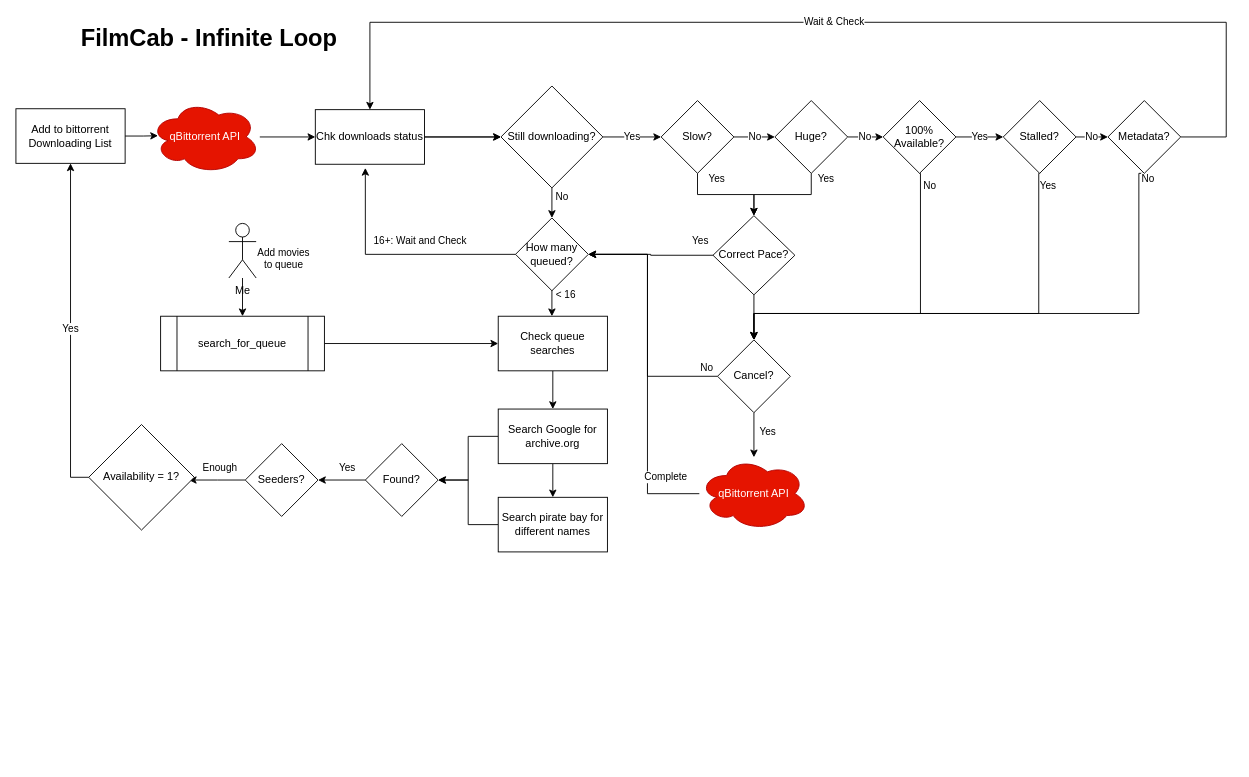
The draw.io diagram page "Constant" (1 of 5) of simplified/doc/filmcab daily batch processes.drawio in jeffshumphreys/filmcab, before the edit. Source tidied: cells renumbered, new cells numbered last; positions are measured from the earlier drawing's top-left corner, leaving out a move shared by most shapes. Both pictures are drawn from the tidied source at 91%, with x=0, y=0 at pixel (15, 22).
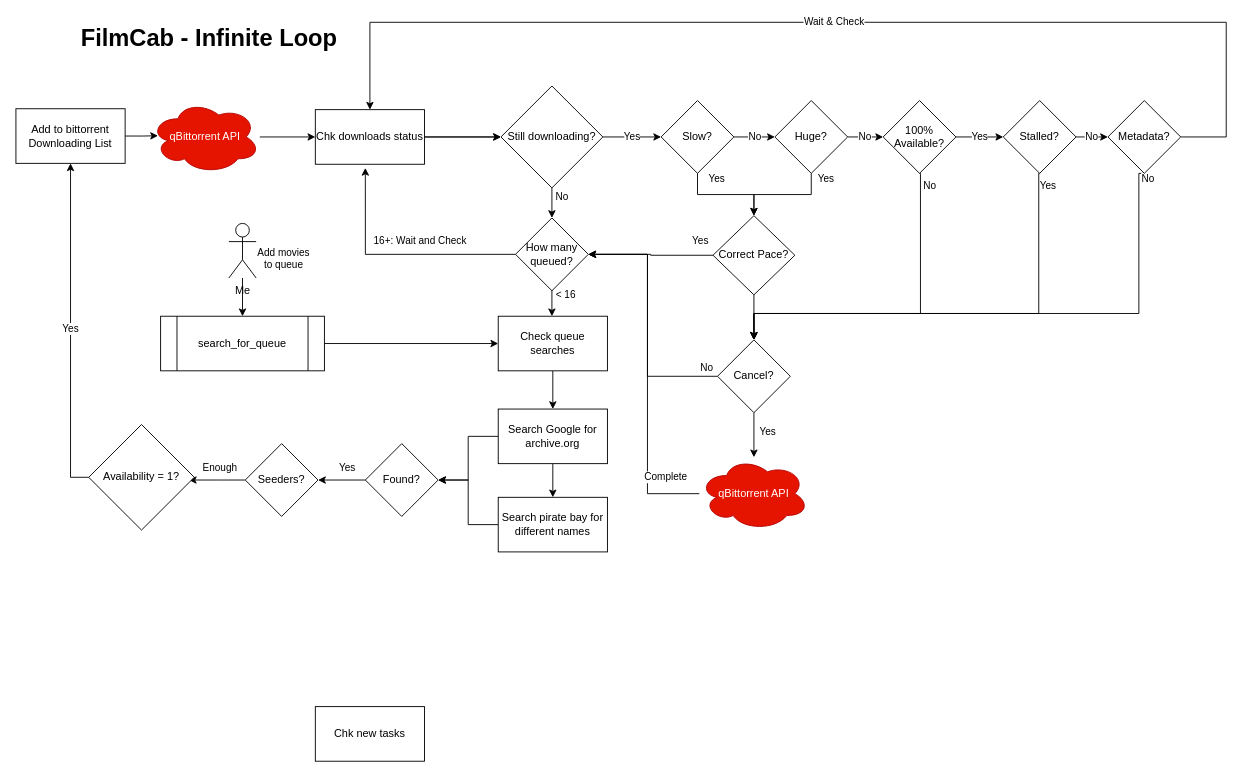
The same diagram, later.

The edit, as a diff of the source:
```diff
@@
+    <mxCell id="56" value="Chk new tasks" style="whiteSpace=wrap;html=1;" parent="1" vertex="1">
+      <mxGeometry x="329" y="752" width="120" height="60" as="geometry" />
+    </mxCell>
```
